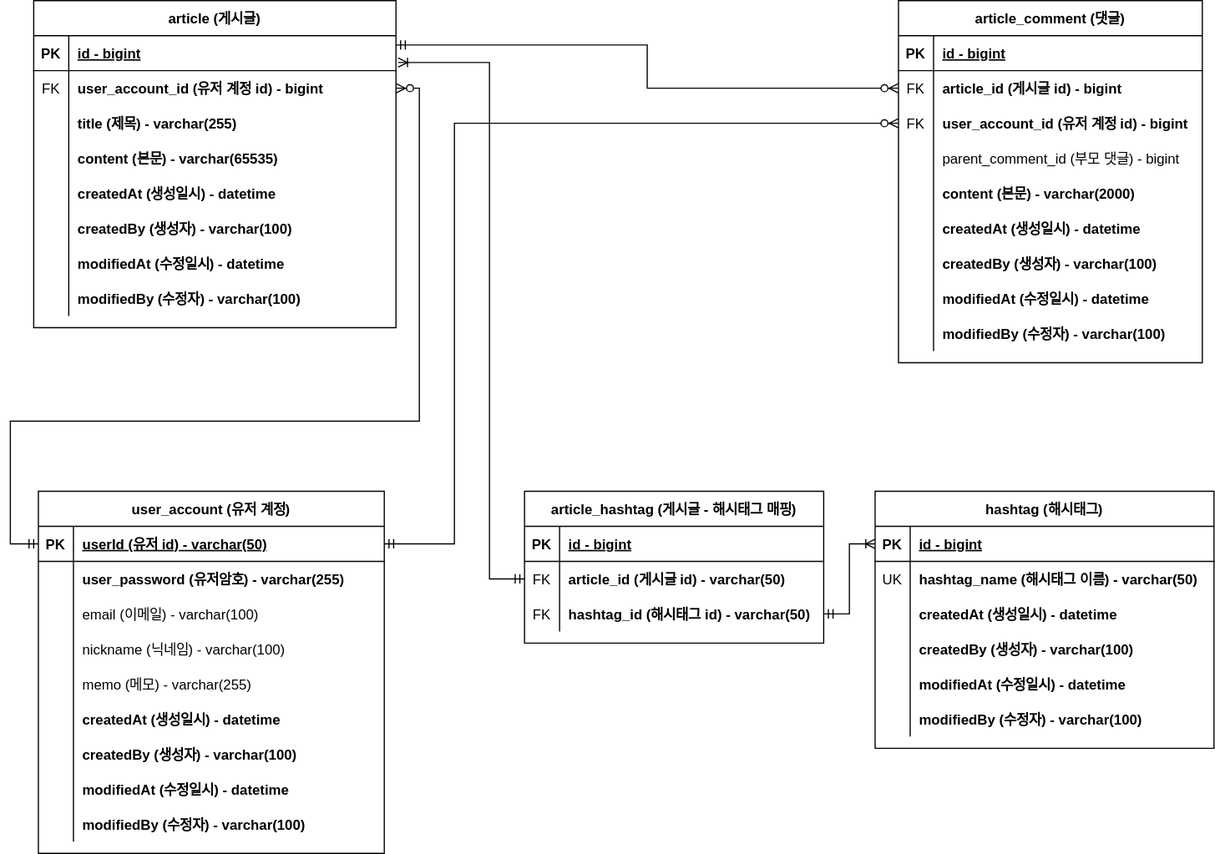
Earlier version of the draw.io export document/project-board-erd.svg (lisyoen/spring-boot-project-board). Source tidied: cells renumbered, new cells last; positions are measured from the earlier drawing's top-left corner, leaving out a move shared by most shapes.
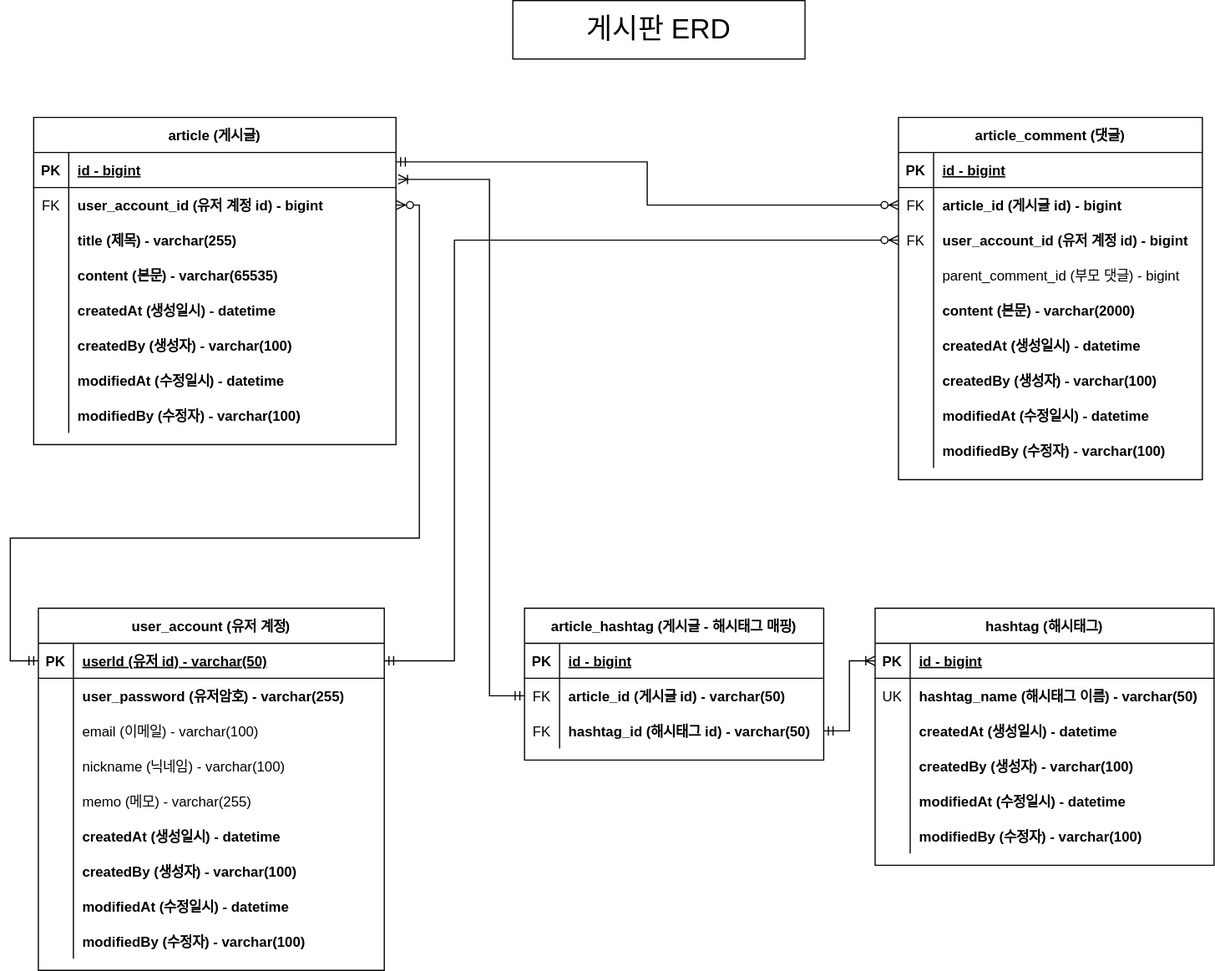
After the commit.

Commit message:
#51 - project-board-erd.svg 업데이트: 해시태그, 대댓글

What changed in the source:
```diff
@@ -364,5 +364,8 @@
         </Array>
       </mxGeometry>
     </mxCell>
+    <mxCell id="117" value="&lt;font style=&quot;font-size: 24px;&quot;&gt;게시판 ERD&lt;/font&gt;" style="rounded=0;whiteSpace=wrap;html=1;" parent="1" vertex="1">
+      <mxGeometry x="430" y="-100" width="250" height="50" as="geometry" />
+    </mxCell>
   </root>
 </mxGraphModel>
```
